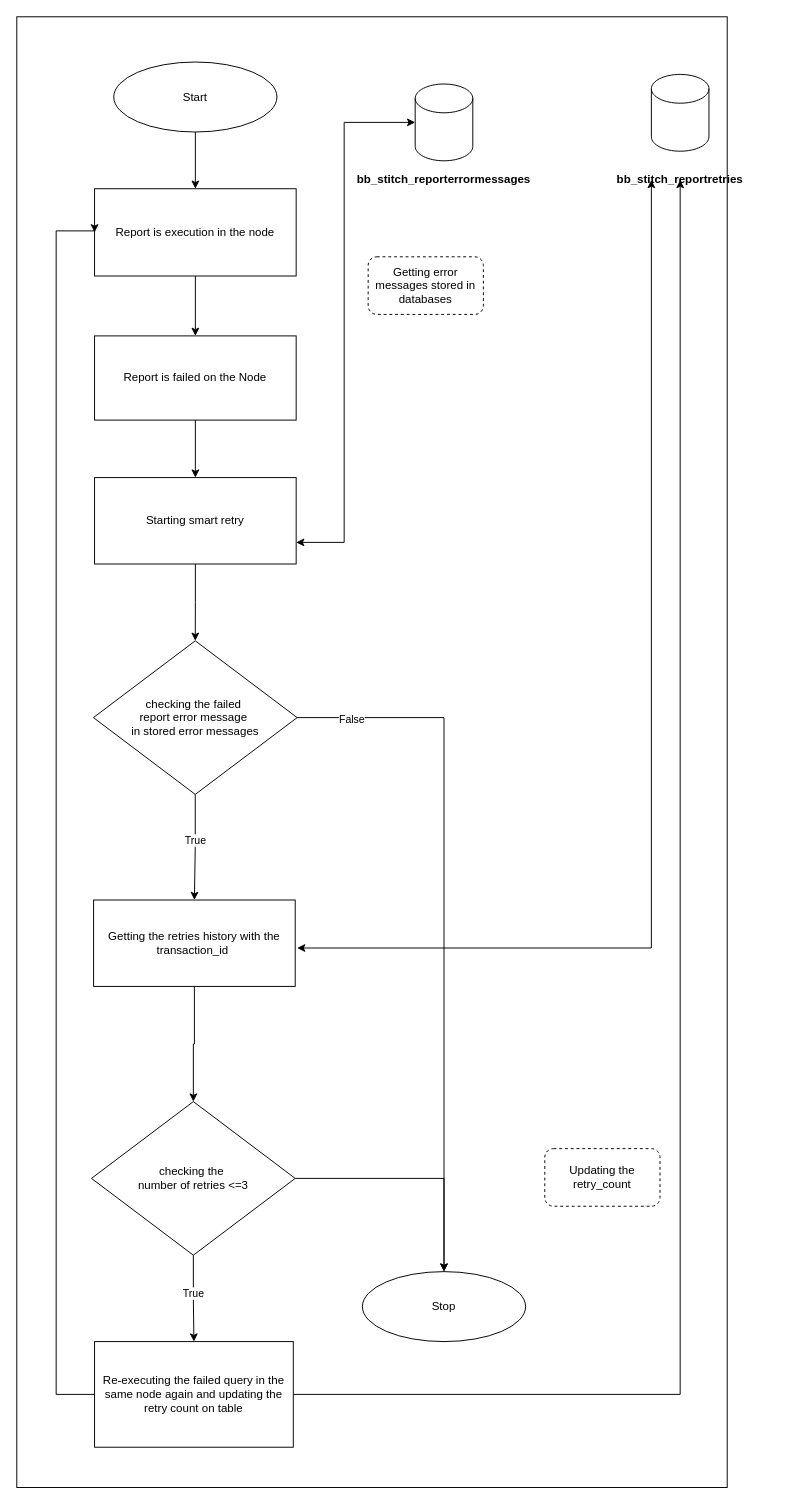
This is smart_retry.drawio from bb-midhunps/diagrams, a draw.io file, before an edit. Source tidied: cells renumbered, new cells numbered last; positions are measured from the earlier drawing's top-left corner, leaving out a move shared by most shapes. Both pictures are drawn from the tidied source at 96%, with x=0, y=0 at pixel (16, 16).
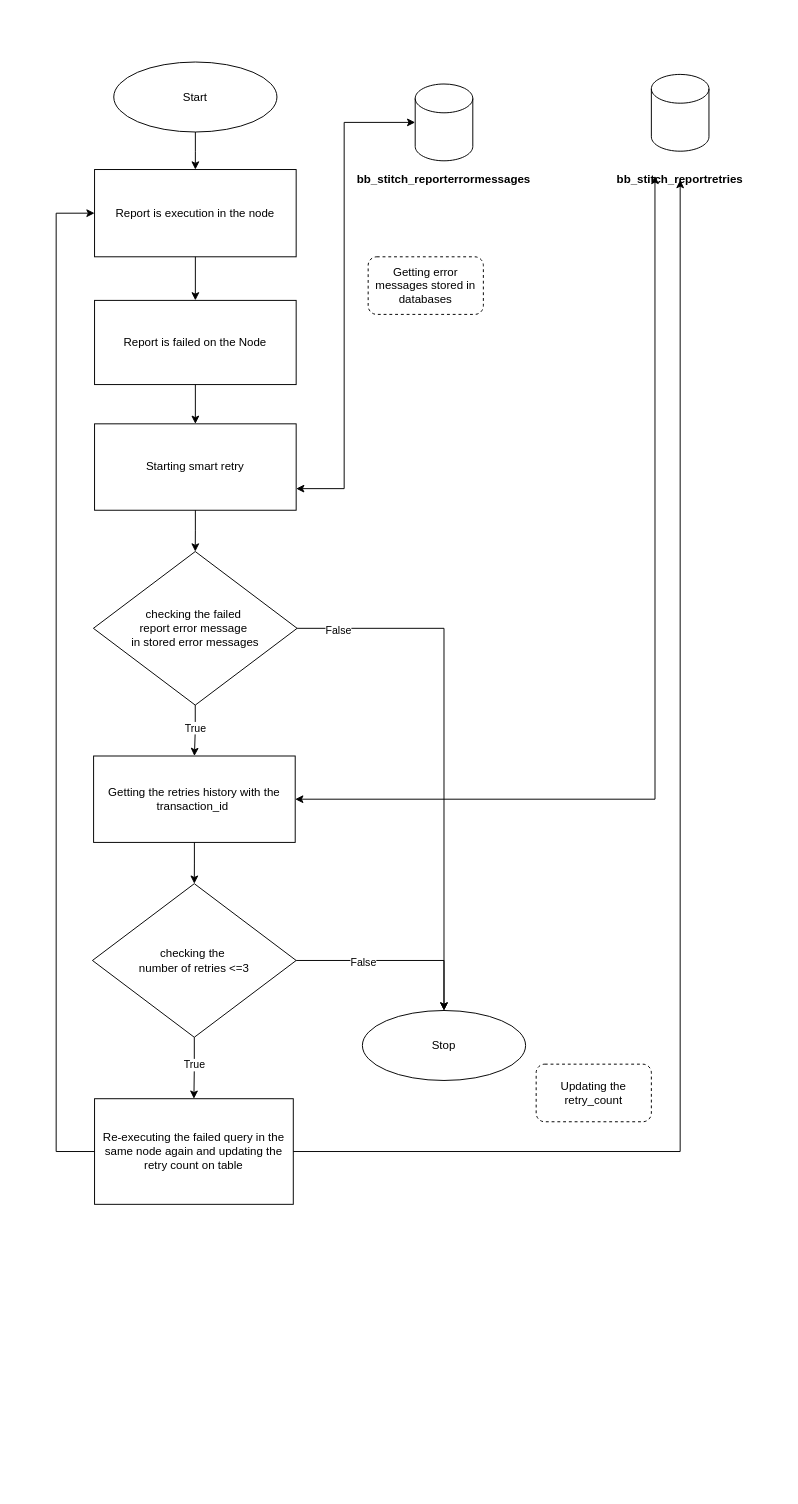
The same page after the edit.

Unchanged cells that the change refers to:
```xml
<mxCell id="17" style="shape=cylinder3;whiteSpace=wrap;html=1;boundedLbl=1;backgroundOutline=1;size=15;fillColor=none;" parent="1" vertex="1">
  <mxGeometry x="415" y="70" width="60" height="80" as="geometry" />
</mxCell>
<mxCell id="20" value="&lt;h4&gt;bb_stitch_reportretries&lt;/h4&gt;" style="text;whiteSpace=wrap;html=1;align=center;" parent="1" vertex="1">
  <mxGeometry x="586" y="140" width="210" height="30" as="geometry" />
</mxCell>
<mxCell id="26" style="edgeStyle=orthogonalEdgeStyle;rounded=0;jettySize=auto;html=1;exitX=1;exitY=0.5;exitDx=0;exitDy=0;entryX=0.5;entryY=0;entryDx=0;entryDy=0;" parent="1" edge="1" source="27" target="31">
  <mxGeometry relative="1" as="geometry" />
</mxCell>
```

What changed in the source:
```diff
@@
-    <mxCell id="2" style="rounded=0;whiteSpace=wrap;html=1;fillColor=none;" parent="1" vertex="1">
-      <mxGeometry width="740" height="1532" as="geometry" />
-    </mxCell>
@@
     <mxCell id="6" value="Report is execution in the node" style="whiteSpace=wrap;html=1;fillColor=none;" parent="1" vertex="1">
-      <mxGeometry x="81" y="179.1" width="210" height="90.9" as="geometry" />
+      <mxGeometry x="81" y="159.1" width="210" height="90.9" as="geometry" />
     </mxCell>
@@
     <mxCell id="8" value="Report is failed on the Node" style="whiteSpace=wrap;html=1;fillColor=none;" parent="1" vertex="1">
-      <mxGeometry x="81" y="332.4" width="210" height="87.7" as="geometry" />
+      <mxGeometry x="81" y="295.4" width="210" height="87.7" as="geometry" />
     </mxCell>
@@
     <mxCell id="10" value="Starting smart retry" style="whiteSpace=wrap;html=1;fillColor=none;" parent="1" vertex="1">
-      <mxGeometry x="81" y="480" width="210" height="90" as="geometry" />
+      <mxGeometry x="81" y="424" width="210" height="90" as="geometry" />
     </mxCell>
@@
     <mxCell id="15" value="checking the failed&amp;nbsp;&lt;div&gt;report error message&amp;nbsp;&lt;/div&gt;&lt;div&gt;in stored error messages&lt;/div&gt;" style="rhombus;whiteSpace=wrap;html=1;fillColor=none;" parent="1" vertex="1">
-      <mxGeometry x="79.8" y="650" width="212.2" height="160" as="geometry" />
+      <mxGeometry x="79.8" y="557" width="212.2" height="160" as="geometry" />
     </mxCell>
@@
     <mxCell id="18" style="edgeStyle=orthogonalEdgeStyle;rounded=0;jettySize=auto;html=1;entryX=1;entryY=0.75;entryDx=0;entryDy=0;startArrow=classic;startFill=1;" parent="1" edge="1" source="17" target="10">
       <mxGeometry relative="1" as="geometry">
         <Array as="points">
           <mxPoint x="341" y="110" />
-          <mxPoint x="341" y="548" />
+          <mxPoint x="341" y="492" />
         </Array>
       </mxGeometry>
     </mxCell>
@@
-    <mxCell id="22" style="edgeStyle=orthogonalEdgeStyle;rounded=0;jettySize=auto;html=1;exitX=1;exitY=0.5;exitDx=0;exitDy=0;startArrow=classic;startFill=1;" parent="1" edge="1" target="20">
-      <mxGeometry relative="1" as="geometry">
-        <mxPoint x="292" y="970" as="sourcePoint" />
-        <Array as="points">
-          <mxPoint x="661" y="970" />
-        </Array>
-      </mxGeometry>
-    </mxCell>
@@
+    <mxCell id="34" value="False" style="edgeLabel;html=1;align=center;verticalAlign=middle;" parent="26" vertex="1">
+      <mxGeometry x="-0.33" y="-1" relative="1" as="geometry" />
+    </mxCell>
     <mxCell id="27" value="checking the&amp;nbsp;&lt;div&gt;number of retries &amp;lt;=3&lt;/div&gt;" style="rhombus;whiteSpace=wrap;html=1;fillColor=none;" parent="1" vertex="1">
-      <mxGeometry x="77.8" y="1130" width="212.2" height="160" as="geometry" />
+      <mxGeometry x="78.8" y="903" width="212.2" height="160" as="geometry" />
     </mxCell>
     <mxCell id="28" style="edgeStyle=orthogonalEdgeStyle;rounded=0;jettySize=auto;html=1;exitX=0;exitY=0.5;exitDx=0;exitDy=0;entryX=0;entryY=0.5;entryDx=0;entryDy=0;" parent="1" edge="1" source="30" target="6">
       <mxGeometry relative="1" as="geometry">
         <Array as="points">
-          <mxPoint x="41" y="1435" />
-          <mxPoint x="41" y="223" />
+          <mxPoint x="41" y="1182" />
+          <mxPoint x="41" y="205" />
+          <mxPoint x="81" y="205" />
         </Array>
       </mxGeometry>
     </mxCell>
@@
     <mxCell id="30" value="Re-executing the failed query in the same node again and updating the retry count on table" style="whiteSpace=wrap;html=1;fillColor=none;" parent="1" vertex="1">
-      <mxGeometry x="81" y="1380" width="207" height="110" as="geometry" />
+      <mxGeometry x="81" y="1127" width="207" height="110" as="geometry" />
     </mxCell>
     <mxCell id="31" value="Stop" style="ellipse;whiteSpace=wrap;html=1;fillColor=none;" parent="1" vertex="1">
-      <mxGeometry x="360" y="1307.1" width="170" height="72.9" as="geometry" />
+      <mxGeometry x="360" y="1035.1" width="170" height="72.9" as="geometry" />
     </mxCell>
     <mxCell id="32" value="Updating the retry_count" style="rounded=1;whiteSpace=wrap;html=1;fillColor=none;dashed=1;" parent="1" vertex="1">
-      <mxGeometry x="550" y="1179" width="120" height="60" as="geometry" />
+      <mxGeometry x="541" y="1091" width="120" height="60" as="geometry" />
     </mxCell>
     <mxCell id="33" value="Getting the retries history with the transaction_id&amp;nbsp;" style="whiteSpace=wrap;html=1;fillColor=none;" parent="1" vertex="1">
-      <mxGeometry x="80" y="920" width="210" height="90" as="geometry" />
+      <mxGeometry x="80" y="770" width="210" height="90" as="geometry" />
     </mxCell>
+    <mxCell id="35" style="edgeStyle=orthogonalEdgeStyle;rounded=0;jettySize=auto;html=1;exitX=1;exitY=0.5;exitDx=0;exitDy=0;entryX=0.375;entryY=0.856;entryDx=0;entryDy=0;entryPerimeter=0;startArrow=classic;startFill=1;" parent="1" edge="1" source="33" target="20">
+      <mxGeometry relative="1" as="geometry" />
+    </mxCell>
```
